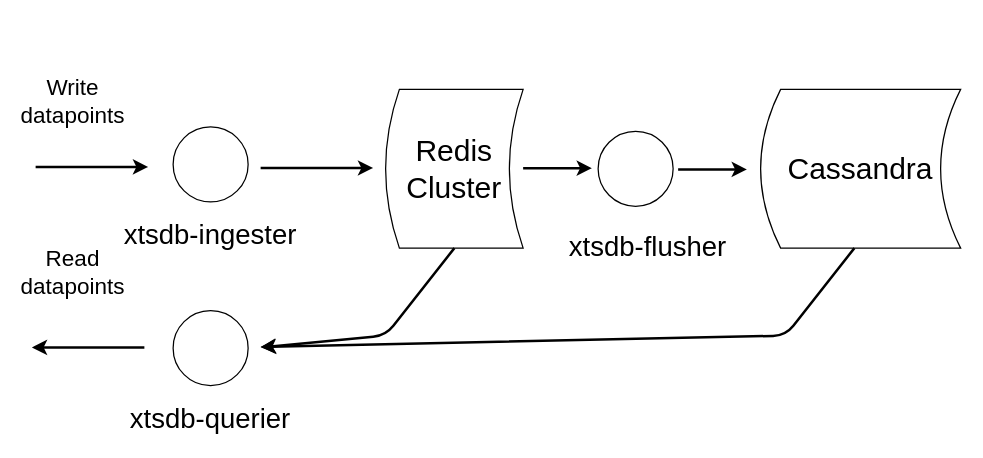
This is docs/images/architecture.drawio from yuuki/xtsdb, a draw.io file, before an edit. Source tidied: cells renumbered, new cells numbered last; positions are measured from the earlier drawing's top-left corner, leaving out a move shared by most shapes. Both pictures are drawn from the tidied source at 125%, with x=0, y=0 at pixel (31, 89).
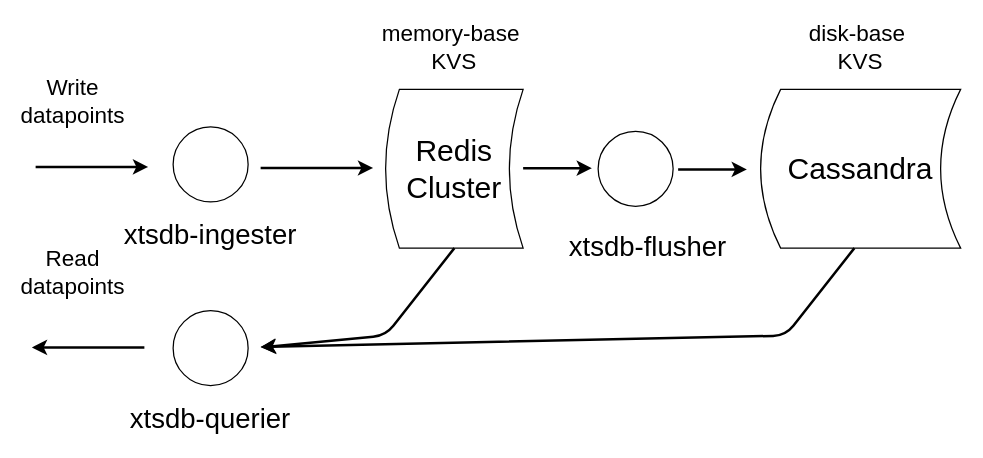
The same page after the edit.

Commit message (it also covers changes not shown here):
[doc] Update architecture diagram

What changed in the source:
```diff
@@
+    <mxCell id="19" value="&lt;font style=&quot;font-size: 18px&quot;&gt;memory-base&amp;nbsp; &lt;br&gt;KVS&lt;br&gt;&lt;/font&gt;" style="text;html=1;strokeColor=none;fillColor=none;align=center;verticalAlign=middle;whiteSpace=wrap;rounded=0;" parent="1" vertex="1">
+      <mxGeometry x="274.2" y="-43" width="127.5" height="20" as="geometry" />
+    </mxCell>
+    <mxCell id="20" value="&lt;font style=&quot;font-size: 18px&quot;&gt;disk-base&amp;nbsp; &lt;br&gt;KVS&lt;br&gt;&lt;/font&gt;" style="text;html=1;strokeColor=none;fillColor=none;align=center;verticalAlign=middle;whiteSpace=wrap;rounded=0;" parent="1" vertex="1">
+      <mxGeometry x="599.2" y="-43" width="127.5" height="20" as="geometry" />
+    </mxCell>
```
